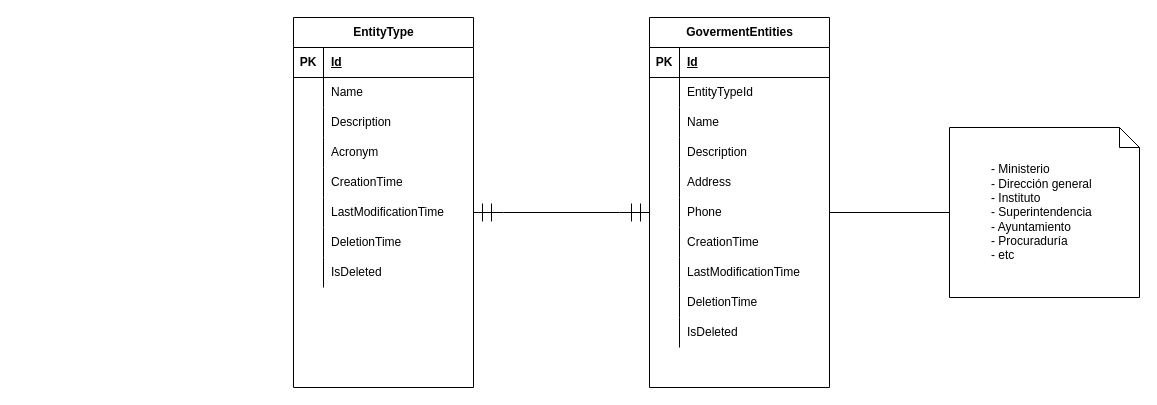
Above: ER.drawio in wilkinvasquez/state-hub-api (draw.io), before the change. Source tidied: cells renumbered, new cells numbered last; positions are measured from the earlier drawing's top-left corner, leaving out a move shared by most shapes. Both pictures are drawn from the tidied source at 100%, with x=0, y=0 at pixel (293, 17).
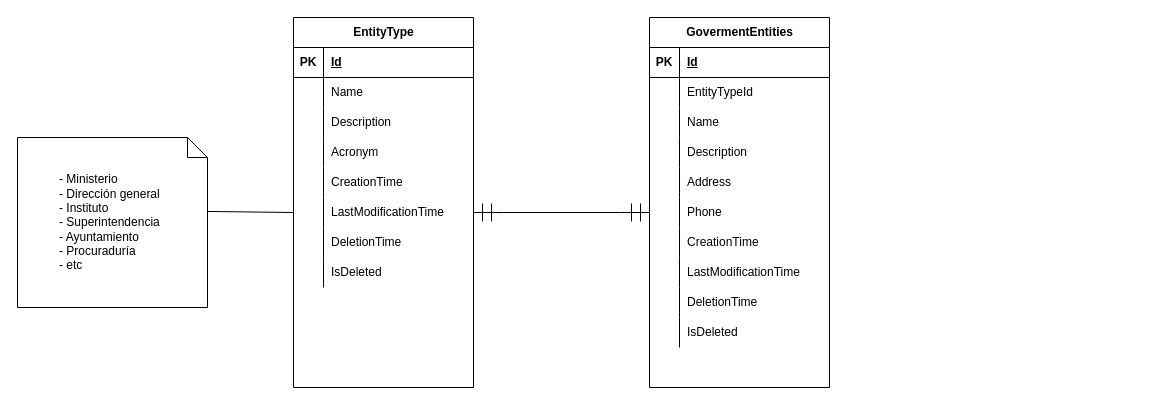
Above is the later version.

The change refers to these unchanged cells:
```xml
<mxCell id="18" style="shape=tableRow;horizontal=0;startSize=0;swimlaneHead=0;swimlaneBody=0;fillColor=none;points=[[0,0.5],[1,0.5]];portConstraint=eastwest;top=0;left=0;right=0;bottom=0;" parent="2" vertex="1">
  <mxGeometry y="180" width="180" height="30" as="geometry" />
</mxCell>
<mxCell id="49" style="shape=tableRow;horizontal=0;startSize=0;swimlaneHead=0;swimlaneBody=0;fillColor=none;points=[[0,0.5],[1,0.5]];portConstraint=eastwest;top=0;left=0;right=0;bottom=0;" parent="33" vertex="1">
  <mxGeometry y="180" width="180" height="30" as="geometry" />
</mxCell>
```

Change to the diagram source:
```diff
@@
     <mxCell id="58" value="&lt;blockquote style=&quot;margin: 0 0 0 40px; border: none; padding: 0px;&quot;&gt;- Ministerio&lt;div&gt;- Dirección general&lt;/div&gt;&lt;div&gt;- Instituto&lt;/div&gt;&lt;div&gt;- Superintendencia&lt;/div&gt;&lt;div&gt;- Ayuntamiento&lt;/div&gt;&lt;div&gt;- Procuraduría&lt;/div&gt;&lt;div&gt;- etc&lt;/div&gt;&lt;/blockquote&gt;" style="shape=note;size=20;whiteSpace=wrap;html=1;align=left;" parent="1" vertex="1">
-      <mxGeometry x="656" y="110" width="190" height="170" as="geometry" />
+      <mxGeometry x="-276" y="120" width="190" height="170" as="geometry" />
     </mxCell>
-    <mxCell id="59" style="endArrow=none;html=1;rounded=0;entryX=0;entryY=0.5;entryDx=0;entryDy=0;entryPerimeter=0;exitX=1;exitY=0.5;exitDx=0;exitDy=0;" parent="1" edge="1" source="18" target="58">
+    <mxCell id="59" style="endArrow=none;html=1;rounded=0;entryX=1;entryY=0.435;entryDx=0;entryDy=0;entryPerimeter=0;exitX=0;exitY=0.5;exitDx=0;exitDy=0;" parent="1" edge="1" source="49" target="58">
       <mxGeometry relative="1" as="geometry" />
     </mxCell>
```
